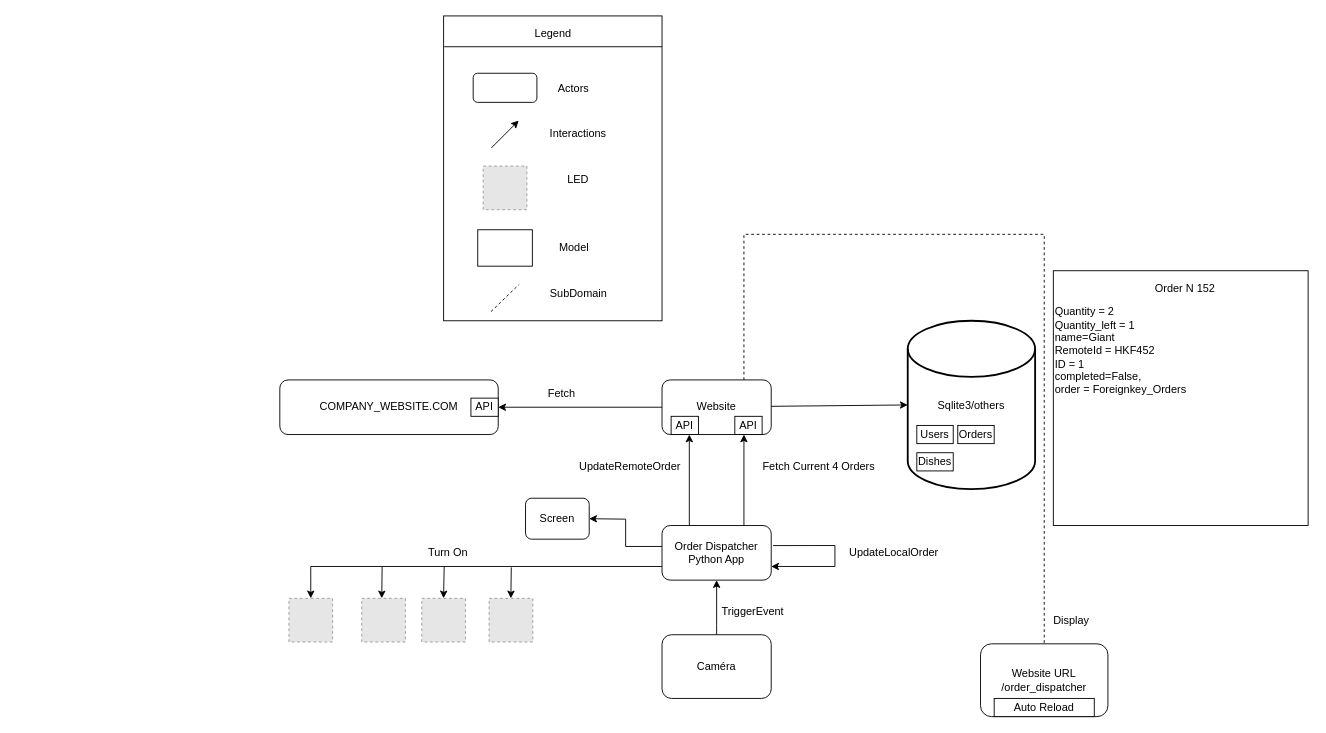
Before: architecture/orderDispatcherWeb.drawio in yishyu/NGUI-OrderDispatcher, a draw.io diagram. Source tidied: cells renumbered, new cells numbered last; positions are measured from the earlier drawing's top-left corner, leaving out a move shared by most shapes. Both pictures are drawn from the tidied source at 91%, with x=0, y=0 at pixel (279, 15). Pictures stored in the file or linked from it are replaced by grey dashed boxes.
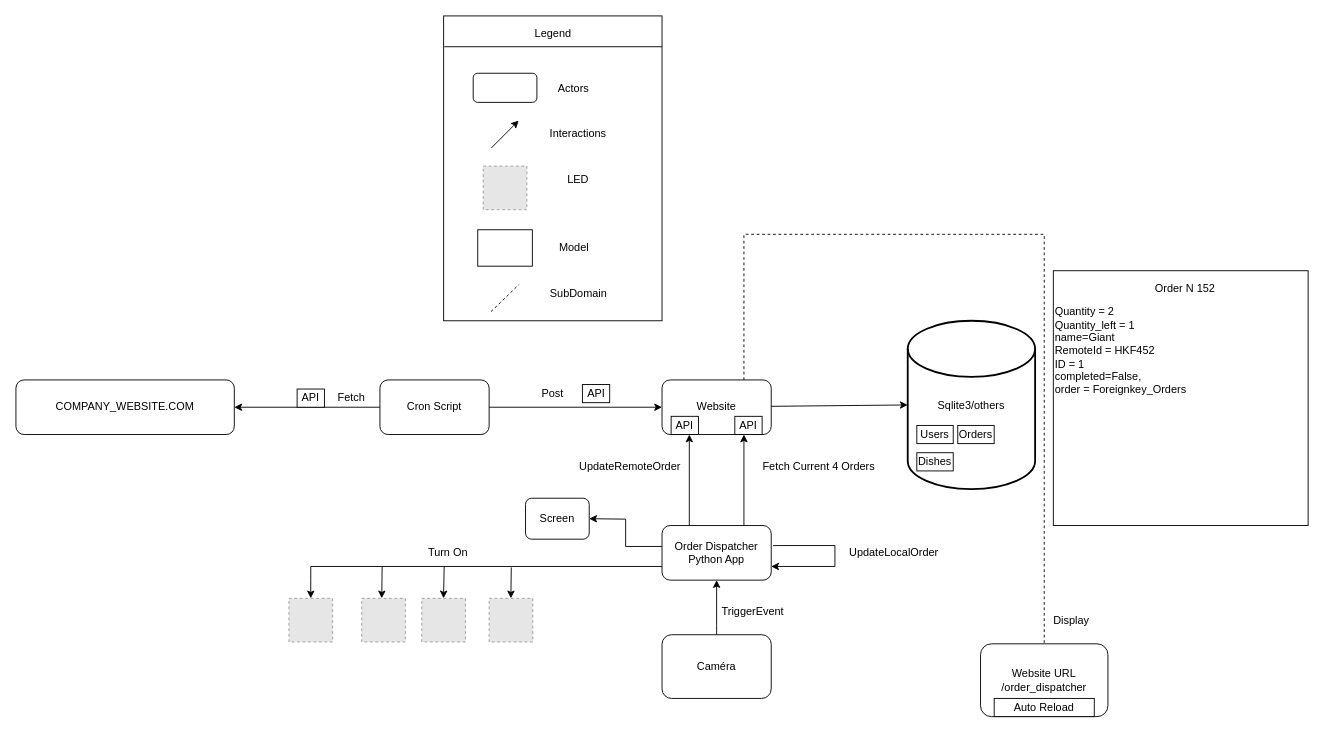
Above is the later version.

Commit message:
[upd] architecture with cron script

The change refers to these unchanged cells:
```xml
<mxCell id="3" value="&lt;div&gt;Website&lt;br&gt;&lt;/div&gt;" style="rounded=1;whiteSpace=wrap;html=1;" parent="1" vertex="1">
  <mxGeometry x="420" y="400" width="120" height="60" as="geometry" />
</mxCell>
```

What changed in the source:
```diff
@@
     <mxCell id="6" value="Fetch" style="text;html=1;strokeColor=none;fillColor=none;align=center;verticalAlign=middle;whiteSpace=wrap;rounded=0;" parent="1" vertex="1">
-      <mxGeometry x="280" y="400" width="60" height="30" as="geometry" />
+      <mxGeometry x="49" y="405" width="60" height="30" as="geometry" />
     </mxCell>
@@
     <mxCell id="10" value="COMPANY_WEBSITE.COM" style="rounded=1;whiteSpace=wrap;html=1;" parent="1" vertex="1">
-      <mxGeometry y="400" width="240" height="60" as="geometry" />
+      <mxGeometry x="-290" y="400" width="240" height="60" as="geometry" />
     </mxCell>
-    <mxCell id="11" style="endArrow=classic;html=1;rounded=0;exitX=0;exitY=0.5;exitDx=0;exitDy=0;entryX=1;entryY=0.5;entryDx=0;entryDy=0;" parent="1" edge="1" source="3" target="10">
-      <mxGeometry relative="1" as="geometry" />
+    <mxCell id="11" style="endArrow=classic;html=1;rounded=0;entryX=1;entryY=0.5;entryDx=0;entryDy=0;" parent="1" edge="1" target="10">
+      <mxGeometry relative="1" as="geometry">
+        <mxPoint x="110" y="430" as="sourcePoint" />
+      </mxGeometry>
     </mxCell>
@@
     <mxCell id="54" value="API" style="rounded=0;whiteSpace=wrap;html=1;" parent="1" vertex="1">
-      <mxGeometry x="210" y="420" width="30" height="20" as="geometry" />
+      <mxGeometry x="19" y="410" width="30" height="20" as="geometry" />
     </mxCell>
+    <mxCell id="55" value="&lt;div&gt;Cron Script&lt;br&gt;&lt;/div&gt;" style="rounded=1;whiteSpace=wrap;html=1;" parent="1" vertex="1">
+      <mxGeometry x="110" y="400" width="120" height="60" as="geometry" />
+    </mxCell>
+    <mxCell id="56" style="endArrow=classic;html=1;exitX=1;exitY=0.5;exitDx=0;exitDy=0;entryX=0;entryY=0.5;entryDx=0;entryDy=0;" parent="1" edge="1" source="55" target="3">
+      <mxGeometry relative="1" as="geometry" />
+    </mxCell>
+    <mxCell id="57" value="Post" style="text;html=1;strokeColor=none;fillColor=none;align=center;verticalAlign=middle;whiteSpace=wrap;rounded=0;" parent="1" vertex="1">
+      <mxGeometry x="270" y="400" width="60" height="30" as="geometry" />
+    </mxCell>
+    <mxCell id="58" value="API" style="rounded=0;whiteSpace=wrap;html=1;" parent="1" vertex="1">
+      <mxGeometry x="332.5" y="405" width="30" height="20" as="geometry" />
+    </mxCell>
```
